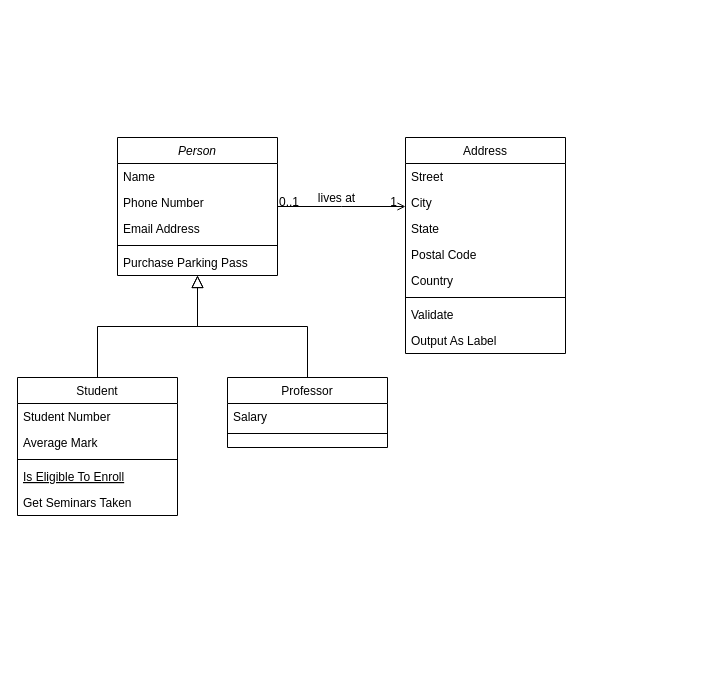
Above: аукцион.drawio in HomaGhost/Labs (draw.io), before the change. Source tidied: cells renumbered, new cells numbered last; positions are measured from the earlier drawing's top-left corner, leaving out a move shared by most shapes. Both pictures are drawn from the tidied source at 100%, with x=0, y=0 at pixel (17, 137).
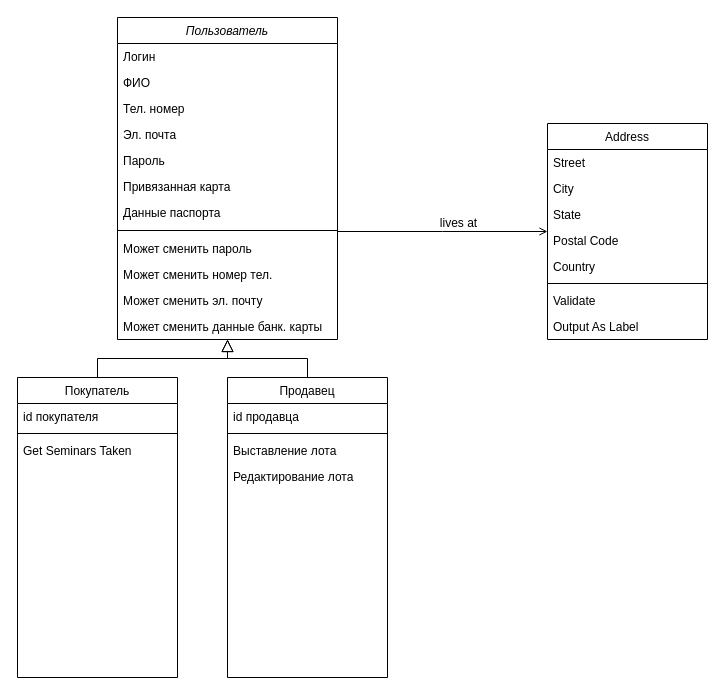
After the change.

Unchanged cells that the change refers to:
```xml
<mxCell id="28" style="endArrow=open;shadow=0;strokeWidth=1;rounded=0;endFill=1;edgeStyle=elbowEdgeStyle;elbow=vertical;" parent="1" edge="1" source="2" target="19">
  <mxGeometry x="0.5" y="41" relative="1" as="geometry">
    <mxPoint x="-40" y="32" as="offset" />
  </mxGeometry>
</mxCell>
```

Change to the diagram source:
```diff
@@
-    <mxCell id="2" value="Person" style="swimlane;fontStyle=2;align=center;verticalAlign=top;horizontal=1;startSize=26;rounded=0;shadow=0;strokeWidth=1;" parent="1" vertex="1">
-      <mxGeometry x="100" width="160" height="138" as="geometry" />
+    <mxCell id="2" value="Пользователь" style="swimlane;fontStyle=2;align=center;verticalAlign=top;horizontal=1;startSize=26;rounded=0;shadow=0;strokeWidth=1;" parent="1" vertex="1">
+      <mxGeometry x="100" y="-120" width="220" height="322" as="geometry" />
     </mxCell>
-    <mxCell id="3" value="Name" style="text;align=left;verticalAlign=top;spacingLeft=4;spacingRight=4;overflow=hidden;" parent="2" vertex="1">
-      <mxGeometry y="26" width="160" height="26" as="geometry" />
+    <mxCell id="3" value="Логин" style="text;align=left;verticalAlign=top;spacingLeft=4;spacingRight=4;overflow=hidden;" parent="2" vertex="1">
+      <mxGeometry y="26" width="220" height="26" as="geometry" />
     </mxCell>
+    <mxCell id="32" value="ФИО" style="text;align=left;verticalAlign=top;spacingLeft=4;spacingRight=4;overflow=hidden;" parent="2" vertex="1">
+      <mxGeometry y="52" width="220" height="26" as="geometry" />
+    </mxCell>
-    <mxCell id="4" value="Phone Number" style="text;align=left;verticalAlign=top;spacingLeft=4;spacingRight=4;overflow=hidden;rounded=0;shadow=0;html=0;" parent="2" vertex="1">
-      <mxGeometry y="52" width="160" height="26" as="geometry" />
+    <mxCell id="4" value="Тел. номер" style="text;align=left;verticalAlign=top;spacingLeft=4;spacingRight=4;overflow=hidden;rounded=0;shadow=0;html=0;" parent="2" vertex="1">
+      <mxGeometry y="78" width="220" height="26" as="geometry" />
     </mxCell>
-    <mxCell id="5" value="Email Address" style="text;align=left;verticalAlign=top;spacingLeft=4;spacingRight=4;overflow=hidden;rounded=0;shadow=0;html=0;" parent="2" vertex="1">
-      <mxGeometry y="78" width="160" height="26" as="geometry" />
+    <mxCell id="5" value="Эл. почта" style="text;align=left;verticalAlign=top;spacingLeft=4;spacingRight=4;overflow=hidden;rounded=0;shadow=0;html=0;" parent="2" vertex="1">
+      <mxGeometry y="104" width="220" height="26" as="geometry" />
     </mxCell>
+    <mxCell id="33" value="Пароль" style="text;align=left;verticalAlign=top;spacingLeft=4;spacingRight=4;overflow=hidden;rounded=0;shadow=0;html=0;" parent="2" vertex="1">
+      <mxGeometry y="130" width="220" height="26" as="geometry" />
+    </mxCell>
+    <mxCell id="34" value="Привязанная карта" style="text;align=left;verticalAlign=top;spacingLeft=4;spacingRight=4;overflow=hidden;rounded=0;shadow=0;html=0;" parent="2" vertex="1">
+      <mxGeometry y="156" width="220" height="26" as="geometry" />
+    </mxCell>
+    <mxCell id="35" value="Данные паспорта" style="text;align=left;verticalAlign=top;spacingLeft=4;spacingRight=4;overflow=hidden;rounded=0;shadow=0;html=0;" parent="2" vertex="1">
+      <mxGeometry y="182" width="220" height="26" as="geometry" />
+    </mxCell>
     <mxCell id="6" style="line;html=1;strokeWidth=1;align=left;verticalAlign=middle;spacingTop=-1;spacingLeft=3;spacingRight=3;labelPosition=right;" parent="2" vertex="1">
-      <mxGeometry y="104" width="160" height="8" as="geometry" />
+      <mxGeometry y="208" width="220" height="10" as="geometry" />
     </mxCell>
-    <mxCell id="7" value="Purchase Parking Pass" style="text;align=left;verticalAlign=top;spacingLeft=4;spacingRight=4;overflow=hidden;" parent="2" vertex="1">
-      <mxGeometry y="112" width="160" height="26" as="geometry" />
-    </mxCell>
+    <mxCell id="36" value="Может сменить пароль" style="text;align=left;verticalAlign=top;spacingLeft=4;spacingRight=4;overflow=hidden;rounded=0;shadow=0;html=0;" parent="2" vertex="1">
+      <mxGeometry y="218" width="220" height="26" as="geometry" />
+    </mxCell>
+    <mxCell id="37" value="Может сменить номер тел." style="text;align=left;verticalAlign=top;spacingLeft=4;spacingRight=4;overflow=hidden;rounded=0;shadow=0;html=0;" parent="2" vertex="1">
+      <mxGeometry y="244" width="220" height="26" as="geometry" />
+    </mxCell>
+    <mxCell id="38" value="Может сменить эл. почту" style="text;align=left;verticalAlign=top;spacingLeft=4;spacingRight=4;overflow=hidden;rounded=0;shadow=0;html=0;" parent="2" vertex="1">
+      <mxGeometry y="270" width="220" height="26" as="geometry" />
+    </mxCell>
+    <mxCell id="39" value="Может сменить данные банк. карты" style="text;align=left;verticalAlign=top;spacingLeft=4;spacingRight=4;overflow=hidden;rounded=0;shadow=0;html=0;" parent="2" vertex="1">
+      <mxGeometry y="296" width="220" height="26" as="geometry" />
+    </mxCell>
-    <mxCell id="8" value="Student" style="swimlane;fontStyle=0;align=center;verticalAlign=top;horizontal=1;startSize=26;rounded=0;shadow=0;strokeWidth=1;" parent="1" vertex="1">
-      <mxGeometry y="240" width="160" height="138" as="geometry" />
+    <mxCell id="8" value="Покупатель" style="swimlane;fontStyle=0;align=center;verticalAlign=top;horizontal=1;startSize=26;rounded=0;shadow=0;strokeWidth=1;" parent="1" vertex="1">
+      <mxGeometry y="240" width="160" height="300" as="geometry" />
     </mxCell>
-    <mxCell id="9" value="Student Number" style="text;align=left;verticalAlign=top;spacingLeft=4;spacingRight=4;overflow=hidden;" parent="8" vertex="1">
-      <mxGeometry y="26" width="160" height="26" as="geometry" />
-    </mxCell>
-    <mxCell id="10" value="Average Mark" style="text;align=left;verticalAlign=top;spacingLeft=4;spacingRight=4;overflow=hidden;rounded=0;shadow=0;html=0;" parent="8" vertex="1">
-      <mxGeometry y="52" width="160" height="26" as="geometry" />
+    <mxCell id="10" value="id покупателя" style="text;align=left;verticalAlign=top;spacingLeft=4;spacingRight=4;overflow=hidden;rounded=0;shadow=0;html=0;" parent="8" vertex="1">
+      <mxGeometry y="26" width="160" height="26" as="geometry" />
     </mxCell>
     <mxCell id="11" style="line;html=1;strokeWidth=1;align=left;verticalAlign=middle;spacingTop=-1;spacingLeft=3;spacingRight=3;labelPosition=right;" parent="8" vertex="1">
-      <mxGeometry y="78" width="160" height="8" as="geometry" />
+      <mxGeometry y="52" width="160" height="8" as="geometry" />
     </mxCell>
-    <mxCell id="12" value="Is Eligible To Enroll" style="text;align=left;verticalAlign=top;spacingLeft=4;spacingRight=4;overflow=hidden;fontStyle=4;" parent="8" vertex="1">
-      <mxGeometry y="86" width="160" height="26" as="geometry" />
-    </mxCell>
     <mxCell id="13" value="Get Seminars Taken" style="text;align=left;verticalAlign=top;spacingLeft=4;spacingRight=4;overflow=hidden;" parent="8" vertex="1">
-      <mxGeometry y="112" width="160" height="26" as="geometry" />
+      <mxGeometry y="60" width="160" height="26" as="geometry" />
     </mxCell>
@@
-    <mxCell id="15" value="Professor" style="swimlane;fontStyle=0;align=center;verticalAlign=top;horizontal=1;startSize=26;rounded=0;shadow=0;strokeWidth=1;" parent="1" vertex="1">
-      <mxGeometry x="210" y="240" width="160" height="70" as="geometry" />
+    <mxCell id="15" value="Продавец" style="swimlane;fontStyle=0;align=center;verticalAlign=top;horizontal=1;startSize=26;rounded=0;shadow=0;strokeWidth=1;" parent="1" vertex="1">
+      <mxGeometry x="210" y="240" width="160" height="300" as="geometry" />
     </mxCell>
-    <mxCell id="16" value="Salary" style="text;align=left;verticalAlign=top;spacingLeft=4;spacingRight=4;overflow=hidden;" parent="15" vertex="1">
+    <mxCell id="16" value="id продавца" style="text;align=left;verticalAlign=top;spacingLeft=4;spacingRight=4;overflow=hidden;" parent="15" vertex="1">
       <mxGeometry y="26" width="160" height="26" as="geometry" />
     </mxCell>
@@
+    <mxCell id="40" value="Выставление лота" style="text;align=left;verticalAlign=top;spacingLeft=4;spacingRight=4;overflow=hidden;" parent="15" vertex="1">
+      <mxGeometry y="60" width="160" height="26" as="geometry" />
+    </mxCell>
+    <mxCell id="41" value="Редактирование лота" style="text;align=left;verticalAlign=top;spacingLeft=4;spacingRight=4;overflow=hidden;" parent="15" vertex="1">
+      <mxGeometry y="86" width="160" height="26" as="geometry" />
+    </mxCell>
@@
     <mxCell id="19" value="Address" style="swimlane;fontStyle=0;align=center;verticalAlign=top;horizontal=1;startSize=26;rounded=0;shadow=0;strokeWidth=1;" parent="1" vertex="1">
-      <mxGeometry x="388" width="160" height="216" as="geometry" />
+      <mxGeometry x="530" y="-14" width="160" height="216" as="geometry" />
     </mxCell>
@@
-    <mxCell id="29" value="0..1" style="align=left;verticalAlign=bottom;labelBackgroundColor=none;fontSize=12;" parent="28" vertex="1">
-      <mxGeometry x="-1" relative="1" as="geometry">
-        <mxPoint y="4" as="offset" />
-      </mxGeometry>
-    </mxCell>
-    <mxCell id="30" value="1" style="align=right;verticalAlign=bottom;labelBackgroundColor=none;fontSize=12;" parent="28" vertex="1">
-      <mxGeometry x="1" relative="1" as="geometry">
-        <mxPoint x="-7" y="4" as="offset" />
-      </mxGeometry>
-    </mxCell>
```
